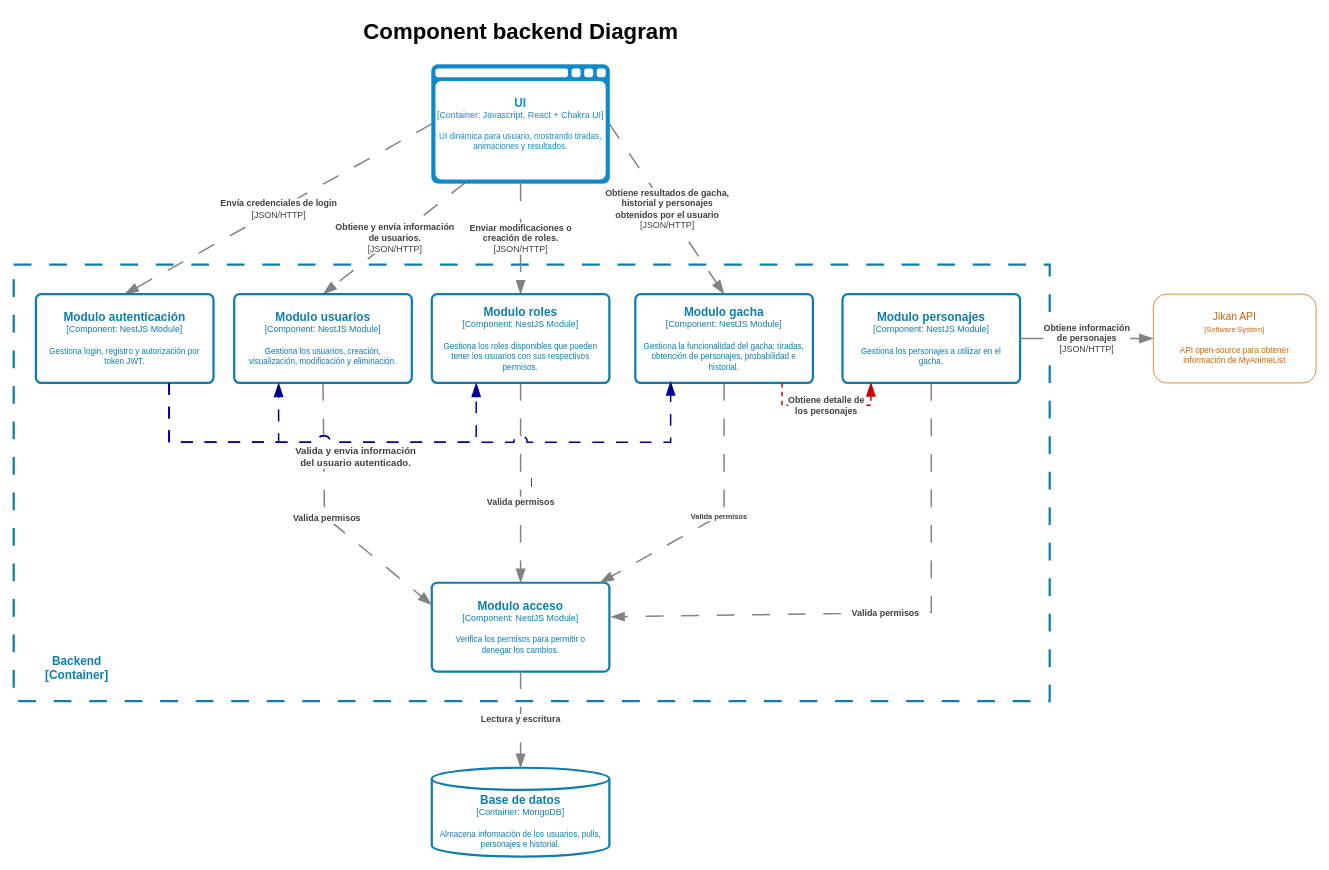
nicolasnna/gacha-simulator keeps this draw.io diagram as docs/C4 Component Backend.drawio. Above is the earlier version. Source tidied: cells renumbered, new cells numbered last; positions are measured from the earlier drawing's top-left corner, leaving out a move shared by most shapes. Both pictures are drawn from the tidied source at 74%, with x=0, y=0 at pixel (13, 13).
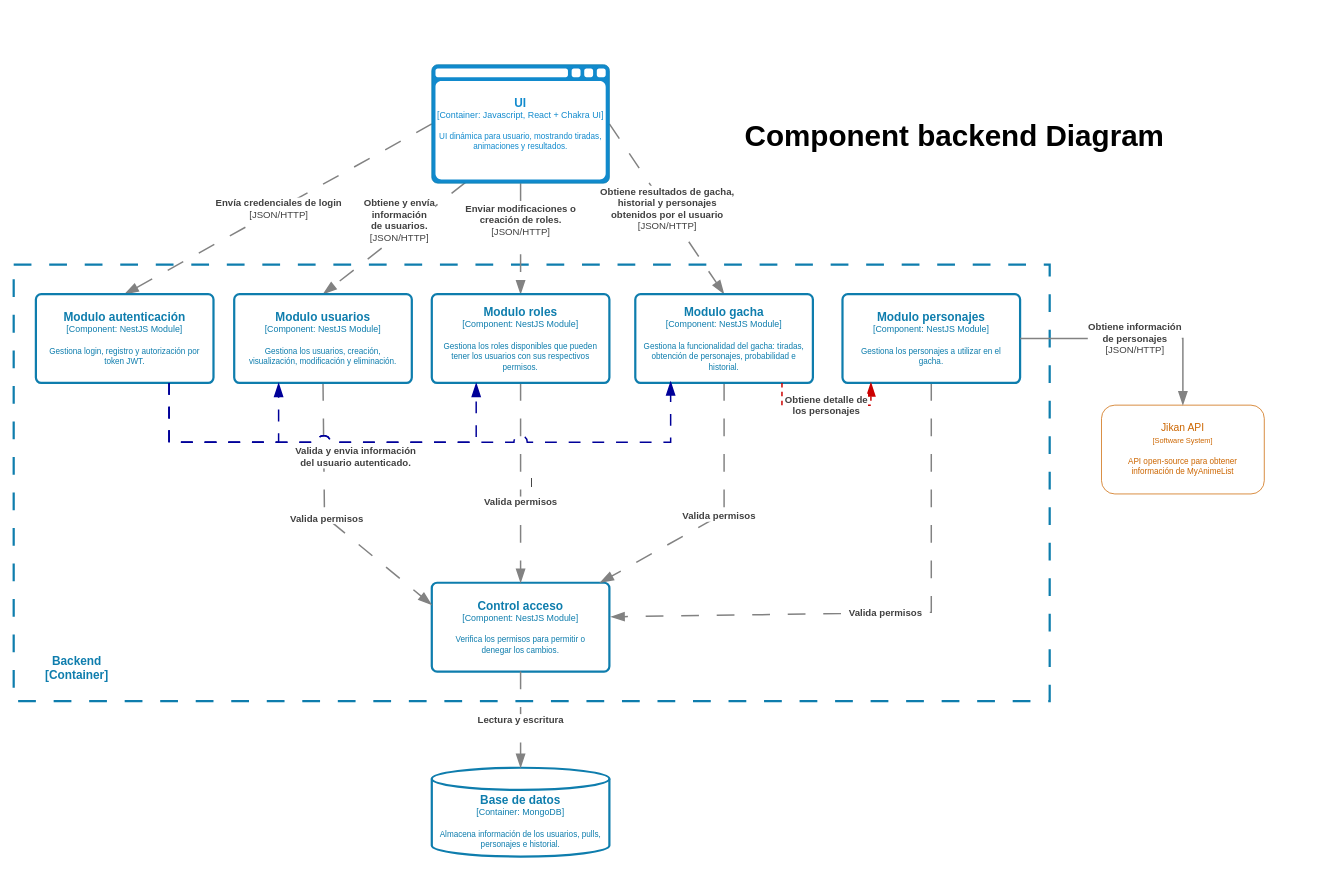
The same diagram, later.

Unchanged cells that the change refers to:
```xml
<object id="13" label="&lt;font style=&quot;font-size: 16px&quot;&gt;&lt;b&gt;%c4Name%&lt;/b&gt;&lt;/font&gt;&lt;div&gt;[%c4Type%:&amp;nbsp;%c4Technology%]&lt;/div&gt;&lt;br&gt;&lt;div&gt;&lt;font style=&quot;font-size: 11px&quot;&gt;&lt;font&gt;%c4Description%&lt;/font&gt;&lt;/font&gt;&lt;/div&gt;" c4Description="Almacena información de los usuarios, pulls, personajes e historial." c4Name="Base de datos" c4Technology="MongoDB" c4Type="Container" placeholders="1">
  <mxCell style="shape=cylinder3;size=15;whiteSpace=wrap;html=1;boundedLbl=1;rounded=0;labelBackgroundColor=none;fillColor=none;fontSize=12;fontColor=#0E7DAD;align=center;strokeColor=#0E7DAD;points=[[0.5,0,0],[1,0.25,0],[1,0.5,0],[1,0.75,0],[0.5,1,0],[0,0.75,0],[0,0.5,0],[0,0.25,0]];strokeWidth=3;" parent="1" vertex="1">
    <mxGeometry x="565" y="1020" width="240" height="120" as="geometry" />
  </mxCell>
</object>
<object id="16" label="&lt;font style=&quot;font-size: 16px&quot;&gt;&lt;b&gt;%c4Name%&lt;/b&gt;&lt;/font&gt;&lt;div&gt;[%c4Type%:&amp;nbsp;%c4Technology%]&lt;/div&gt;&lt;br&gt;&lt;div&gt;&lt;font style=&quot;font-size: 11px&quot;&gt;&lt;font&gt;%c4Description%&lt;/font&gt;&lt;/font&gt;&lt;/div&gt;" c4Description="UI dinámica para usuario, mostrando tiradas, animaciones y resultados." c4Name="UI" c4Technology="Javascript, React + Chakra UI" c4Type="Container" placeholders="1">
  <mxCell style="shape=mxgraph.c4.webBrowserContainer2;whiteSpace=wrap;html=1;boundedLbl=1;rounded=0;labelBackgroundColor=none;strokeColor=#118ACD;fillColor=none;strokeColor=#118ACD;strokeColor2=#0E7DAD;fontSize=12;fontColor=#118ACD;align=center;points=[[0.5,0,0],[1,0.25,0],[1,0.5,0],[1,0.75,0],[0.5,1,0],[0,0.75,0],[0,0.5,0],[0,0.25,0]];" parent="1" vertex="1">
    <mxGeometry x="565" y="70" width="240" height="160" as="geometry" />
  </mxCell>
</object>
<object id="17" label="&lt;font style=&quot;font-size: 16px&quot;&gt;&lt;b&gt;%c4Name%&lt;/b&gt;&lt;/font&gt;&lt;div&gt;[%c4Type%: %c4Technology%]&lt;/div&gt;&lt;br&gt;&lt;div&gt;&lt;font style=&quot;font-size: 11px&quot;&gt;%c4Description%&lt;/font&gt;&lt;/div&gt;" c4Description="Gestiona login, registro y autorización por token JWT." c4Name="Modulo autenticación" c4Technology="NestJS Module" c4Type="Component" placeholders="1">
  <mxCell style="rounded=1;whiteSpace=wrap;html=1;labelBackgroundColor=none;fillColor=none;fontColor=#0E7DAD;align=center;arcSize=6;strokeColor=#0E7DAD;points=[[0.25,0,0],[0.5,0,0],[0.75,0,0],[1,0.25,0],[1,0.5,0],[1,0.75,0],[0.75,1,0],[0.5,1,0],[0.25,1,0],[0,0.75,0],[0,0.5,0],[0,0.25,0]];strokeWidth=3;spacingLeft=10;spacingRight=10;" parent="1" vertex="1">
    <mxGeometry x="30" y="380" width="240" height="120" as="geometry" />
  </mxCell>
</object>
<object id="18" label="&lt;font style=&quot;font-size: 16px&quot;&gt;&lt;b&gt;%c4Name%&lt;/b&gt;&lt;/font&gt;&lt;div&gt;[%c4Type%: %c4Technology%]&lt;/div&gt;&lt;br&gt;&lt;div&gt;&lt;font style=&quot;font-size: 11px&quot;&gt;%c4Description%&lt;/font&gt;&lt;/div&gt;" c4Description="Gestiona los personajes a utilizar en el gacha. " c4Name="Modulo personajes" c4Technology="NestJS Module" c4Type="Component" placeholders="1">
  <mxCell style="rounded=1;whiteSpace=wrap;html=1;labelBackgroundColor=none;fillColor=none;fontColor=#0E7DAD;align=center;arcSize=6;strokeColor=#0E7DAD;points=[[0.25,0,0],[0.5,0,0],[0.75,0,0],[1,0.25,0],[1,0.5,0],[1,0.75,0],[0.75,1,0],[0.5,1,0],[0.25,1,0],[0,0.75,0],[0,0.5,0],[0,0.25,0]];strokeWidth=3;spacingLeft=10;spacingRight=10;" parent="1" vertex="1">
    <mxGeometry x="1120" y="380" width="240" height="120" as="geometry" />
  </mxCell>
</object>
<object id="19" label="&lt;font style=&quot;font-size: 16px&quot;&gt;&lt;b&gt;%c4Name%&lt;/b&gt;&lt;/font&gt;&lt;div&gt;[%c4Type%: %c4Technology%]&lt;/div&gt;&lt;br&gt;&lt;div&gt;&lt;font style=&quot;font-size: 11px&quot;&gt;%c4Description%&lt;/font&gt;&lt;/div&gt;" c4Description="Gestiona los roles disponibles que pueden tener los usuarios con sus respectivos permisos." c4Name="Modulo roles" c4Technology="NestJS Module" c4Type="Component" placeholders="1">
  <mxCell style="rounded=1;whiteSpace=wrap;html=1;labelBackgroundColor=none;fillColor=none;fontColor=#0E7DAD;align=center;arcSize=6;strokeColor=#0E7DAD;points=[[0.25,0,0],[0.5,0,0],[0.75,0,0],[1,0.25,0],[1,0.5,0],[1,0.75,0],[0.75,1,0],[0.5,1,0],[0.25,1,0],[0,0.75,0],[0,0.5,0],[0,0.25,0]];strokeWidth=3;spacingLeft=10;spacingRight=10;" parent="1" vertex="1">
    <mxGeometry x="565" y="380" width="240" height="120" as="geometry" />
  </mxCell>
</object>
<object id="20" label="&lt;font style=&quot;font-size: 16px&quot;&gt;&lt;b&gt;%c4Name%&lt;/b&gt;&lt;/font&gt;&lt;div&gt;[%c4Type%: %c4Technology%]&lt;/div&gt;&lt;br&gt;&lt;div&gt;&lt;font style=&quot;font-size: 11px&quot;&gt;%c4Description%&lt;/font&gt;&lt;/div&gt;" c4Description="Gestiona la funcionalidad del gacha: tiradas, obtención de personajes, probabilidad e historial." c4Name="Modulo gacha" c4Technology="NestJS Module" c4Type="Component" placeholders="1">
  <mxCell style="rounded=1;whiteSpace=wrap;html=1;labelBackgroundColor=none;fillColor=none;fontColor=#0E7DAD;align=center;arcSize=6;strokeColor=#0E7DAD;points=[[0.25,0,0],[0.5,0,0],[0.75,0,0],[1,0.25,0],[1,0.5,0],[1,0.75,0],[0.75,1,0],[0.5,1,0],[0.25,1,0],[0,0.75,0],[0,0.5,0],[0,0.25,0]];strokeWidth=3;spacingLeft=10;spacingRight=10;" parent="1" vertex="1">
    <mxGeometry x="840" y="380" width="240" height="120" as="geometry" />
  </mxCell>
</object>
<object id="21" label="&lt;font style=&quot;font-size: 16px&quot;&gt;&lt;b&gt;%c4Name%&lt;/b&gt;&lt;/font&gt;&lt;div&gt;[%c4Type%: %c4Technology%]&lt;/div&gt;&lt;br&gt;&lt;div&gt;&lt;font style=&quot;font-size: 11px&quot;&gt;%c4Description%&lt;/font&gt;&lt;/div&gt;" c4Description="Gestiona los usuarios, creación, visualización, modificación y eliminación." c4Name="Modulo usuarios" c4Technology="NestJS Module" c4Type="Component" placeholders="1">
  <mxCell style="rounded=1;whiteSpace=wrap;html=1;labelBackgroundColor=none;fillColor=none;fontColor=#0E7DAD;align=center;arcSize=6;strokeColor=#0E7DAD;points=[[0.25,0,0],[0.5,0,0],[0.75,0,0],[1,0.25,0],[1,0.5,0],[1,0.75,0],[0.75,1,0],[0.5,1,0],[0.25,1,0],[0,0.75,0],[0,0.5,0],[0,0.25,0]];strokeWidth=3;spacingLeft=10;spacingRight=10;" parent="1" vertex="1">
    <mxGeometry x="298" y="380" width="240" height="120" as="geometry" />
  </mxCell>
</object>
```

The edit, as a diff of the source:
```diff
@@
-    <mxCell id="3" value="Component backend Diagram" style="text;html=1;align=center;verticalAlign=middle;strokeColor=none;fillColor=none;fontSize=30;fontStyle=1;" parent="1" vertex="1">
-      <mxGeometry x="475" width="420" height="50" as="geometry" />
+    <mxCell id="3" value="Component backend Diagram" style="text;html=1;align=center;verticalAlign=middle;strokeColor=none;fillColor=none;fontSize=40;fontStyle=1;" parent="1" vertex="1">
+      <mxGeometry x="996" y="135" width="550" height="60" as="geometry" />
     </mxCell>
     <object id="4" label="&lt;div style=&quot;text-align: left&quot;&gt;&lt;div style=&quot;text-align: center&quot;&gt;&lt;b&gt;%c4Description%&lt;/b&gt;&lt;/div&gt;&lt;div style=&quot;text-align: center&quot;&gt;[%c4Technology%]&lt;/div&gt;&lt;/div&gt;" c4Description="Envía credenciales de login" c4Technology="JSON/HTTP" placeholders="1">
-      <mxCell style="endArrow=blockThin;html=1;fontSize=12;fontColor=#404040;strokeWidth=2;endFill=1;strokeColor=#828282;elbow=vertical;endSize=14;startSize=14;jumpStyle=arc;jumpSize=16;rounded=0;exitX=0;exitY=0.5;exitDx=0;exitDy=0;exitPerimeter=0;entryX=0.5;entryY=0;entryDx=0;entryDy=0;entryPerimeter=0;dashed=1;dashPattern=12 12;" parent="1" edge="1" source="16" target="17">
+      <mxCell style="endArrow=blockThin;html=1;fontSize=13;fontColor=#404040;strokeWidth=2;endFill=1;strokeColor=#828282;elbow=vertical;endSize=14;startSize=14;jumpStyle=arc;jumpSize=16;rounded=0;exitX=0;exitY=0.5;exitDx=0;exitDy=0;exitPerimeter=0;entryX=0.5;entryY=0;entryDx=0;entryDy=0;entryPerimeter=0;dashed=1;dashPattern=12 12;" parent="1" edge="1" source="16" target="17">
         <mxGeometry relative="1" as="geometry" />
       </mxCell>
     </object>
-    <object id="5" label="&lt;div style=&quot;text-align: left&quot;&gt;&lt;div style=&quot;text-align: center&quot;&gt;&lt;b&gt;%c4Description%&lt;/b&gt;&lt;/div&gt;&lt;div style=&quot;text-align: center&quot;&gt;[%c4Technology%]&lt;/div&gt;&lt;/div&gt;" c4Description="Obtiene y envía información &#10;de usuarios." c4Technology="JSON/HTTP" placeholders="1">
-      <mxCell style="endArrow=blockThin;html=1;fontSize=12;fontColor=#404040;strokeWidth=2;endFill=1;strokeColor=#828282;elbow=vertical;endSize=14;startSize=14;jumpStyle=arc;jumpSize=16;rounded=0;exitX=0.19;exitY=0.994;exitDx=0;exitDy=0;exitPerimeter=0;entryX=0.5;entryY=0;entryDx=0;entryDy=0;entryPerimeter=0;dashed=1;dashPattern=12 12;" parent="1" edge="1" source="16" target="21">
-        <mxGeometry relative="1" as="geometry" />
+    <object id="5" label="&lt;div style=&quot;text-align: left&quot;&gt;&lt;div style=&quot;text-align: center&quot;&gt;&lt;b&gt;%c4Description%&lt;/b&gt;&lt;/div&gt;&lt;div style=&quot;text-align: center&quot;&gt;[%c4Technology%]&lt;/div&gt;&lt;/div&gt;" c4Description="Obtiene y envía &#10;información &#10;de usuarios." c4Technology="JSON/HTTP" placeholders="1">
+      <mxCell style="endArrow=blockThin;html=1;fontSize=13;fontColor=#404040;strokeWidth=2;endFill=1;strokeColor=#828282;elbow=vertical;endSize=14;startSize=14;jumpStyle=arc;jumpSize=16;rounded=0;exitX=0.19;exitY=0.994;exitDx=0;exitDy=0;exitPerimeter=0;entryX=0.5;entryY=0;entryDx=0;entryDy=0;entryPerimeter=0;dashed=1;dashPattern=12 12;" parent="1" edge="1" source="16" target="21">
+        <mxGeometry x="-0.16" y="-16" relative="1" as="geometry">
+          <mxPoint x="1" as="offset" />
+        </mxGeometry>
       </mxCell>
     </object>
     <object id="6" label="&lt;div style=&quot;text-align: left&quot;&gt;&lt;div style=&quot;text-align: center&quot;&gt;&lt;b&gt;%c4Description%&lt;/b&gt;&lt;/div&gt;&lt;div style=&quot;text-align: center&quot;&gt;[%c4Technology%]&lt;/div&gt;&lt;/div&gt;" c4Description="Enviar modificaciones o &#10;creación de roles." c4Technology="JSON/HTTP" placeholders="1">
-      <mxCell style="endArrow=blockThin;html=1;fontSize=12;fontColor=#404040;strokeWidth=2;endFill=1;strokeColor=#828282;elbow=vertical;endSize=14;startSize=14;jumpStyle=arc;jumpSize=16;rounded=0;exitX=0.5;exitY=1;exitDx=0;exitDy=0;exitPerimeter=0;entryX=0.5;entryY=0;entryDx=0;entryDy=0;entryPerimeter=0;dashed=1;dashPattern=12 12;" parent="1" edge="1" source="16" target="19">
-        <mxGeometry relative="1" as="geometry" />
+      <mxCell style="endArrow=blockThin;html=1;fontSize=13;fontColor=#404040;strokeWidth=2;endFill=1;strokeColor=#828282;elbow=vertical;endSize=14;startSize=14;jumpStyle=arc;jumpSize=16;rounded=0;exitX=0.5;exitY=1;exitDx=0;exitDy=0;exitPerimeter=0;entryX=0.5;entryY=0;entryDx=0;entryDy=0;entryPerimeter=0;dashed=1;dashPattern=12 12;" parent="1" edge="1" source="16" target="19">
+        <mxGeometry x="-0.33" relative="1" as="geometry" />
       </mxCell>
     </object>
     <object id="7" label="&lt;div style=&quot;text-align: left&quot;&gt;&lt;div style=&quot;text-align: center&quot;&gt;&lt;b&gt;%c4Description%&lt;/b&gt;&lt;/div&gt;&lt;div style=&quot;text-align: center&quot;&gt;[%c4Technology%]&lt;/div&gt;&lt;/div&gt;" c4Description="Obtiene resultados de gacha, &#10;historial y personajes &#10;obtenidos por el usuario" c4Technology="JSON/HTTP" placeholders="1">
-      <mxCell style="endArrow=blockThin;html=1;fontSize=12;fontColor=#404040;strokeWidth=2;endFill=1;strokeColor=#828282;elbow=vertical;endSize=14;startSize=14;jumpStyle=arc;jumpSize=16;rounded=0;exitX=1;exitY=0.5;exitDx=0;exitDy=0;exitPerimeter=0;entryX=0.5;entryY=0;entryDx=0;entryDy=0;entryPerimeter=0;dashed=1;dashPattern=12 12;" parent="1" edge="1" source="16" target="20">
+      <mxCell style="endArrow=blockThin;html=1;fontSize=13;fontColor=#404040;strokeWidth=2;endFill=1;strokeColor=#828282;elbow=vertical;endSize=14;startSize=14;jumpStyle=arc;jumpSize=16;rounded=0;exitX=1;exitY=0.5;exitDx=0;exitDy=0;exitPerimeter=0;entryX=0.5;entryY=0;entryDx=0;entryDy=0;entryPerimeter=0;dashed=1;dashPattern=12 12;" parent="1" edge="1" source="16" target="20">
         <mxGeometry relative="1" as="geometry" />
       </mxCell>
     </object>
-    <object id="8" label="&lt;font style=&quot;font-size: 16px&quot;&gt;&lt;b&gt;%c4Name%&lt;/b&gt;&lt;/font&gt;&lt;div&gt;[%c4Type%: %c4Technology%]&lt;/div&gt;&lt;br&gt;&lt;div&gt;&lt;font style=&quot;font-size: 11px&quot;&gt;%c4Description%&lt;/font&gt;&lt;/div&gt;" c4Description="Verifica los permisos para permitir o denegar los cambios." c4Name="Modulo acceso" c4Technology="NestJS Module" c4Type="Component" placeholders="1">
+    <object id="8" label="&lt;font style=&quot;font-size: 16px&quot;&gt;&lt;b&gt;%c4Name%&lt;/b&gt;&lt;/font&gt;&lt;div&gt;[%c4Type%: %c4Technology%]&lt;/div&gt;&lt;br&gt;&lt;div&gt;&lt;font style=&quot;font-size: 11px&quot;&gt;%c4Description%&lt;/font&gt;&lt;/div&gt;" c4Description="Verifica los permisos para permitir o denegar los cambios." c4Name="Control acceso" c4Technology="NestJS Module" c4Type="Component" placeholders="1">
       <mxCell style="rounded=1;whiteSpace=wrap;html=1;labelBackgroundColor=none;fillColor=none;fontColor=#0E7DAD;align=center;arcSize=6;strokeColor=#0E7DAD;points=[[0.25,0,0],[0.5,0,0],[0.75,0,0],[1,0.25,0],[1,0.5,0],[1,0.75,0],[0.75,1,0],[0.5,1,0],[0.25,1,0],[0,0.75,0],[0,0.5,0],[0,0.25,0]];strokeWidth=3;spacingLeft=10;spacingRight=10;" parent="1" vertex="1">
         <mxGeometry x="565" y="770" width="240" height="120" as="geometry" />
       </mxCell>
     </object>
     <object id="9" label="&lt;div style=&quot;text-align: left&quot;&gt;&lt;div style=&quot;text-align: center&quot;&gt;&lt;b&gt;%c4Description%&lt;/b&gt;&lt;/div&gt;&lt;/div&gt;" c4Description="Valida permisos" placeholders="1">
-      <mxCell style="endArrow=blockThin;html=1;fontSize=12;fontColor=#404040;strokeWidth=2;endFill=1;strokeColor=#828282;elbow=vertical;endSize=14;startSize=14;jumpStyle=arc;jumpSize=16;rounded=0;entryX=0;entryY=0.25;entryDx=0;entryDy=0;entryPerimeter=0;exitX=0.5;exitY=1;exitDx=0;exitDy=0;exitPerimeter=0;dashed=1;dashPattern=12 12;" parent="1" edge="1" source="21" target="8">
+      <mxCell style="endArrow=blockThin;html=1;fontSize=13;fontColor=#404040;strokeWidth=2;endFill=1;strokeColor=#828282;elbow=vertical;endSize=14;startSize=14;jumpStyle=arc;jumpSize=16;rounded=0;entryX=0;entryY=0.25;entryDx=0;entryDy=0;entryPerimeter=0;exitX=0.5;exitY=1;exitDx=0;exitDy=0;exitPerimeter=0;dashed=1;dashPattern=12 12;" parent="1" edge="1" source="21" target="8">
         <mxGeometry relative="1" as="geometry">
           <Array as="points">
             <mxPoint x="420" y="680" />
           </Array>
         </mxGeometry>
       </mxCell>
     </object>
     <object id="10" label="&lt;div style=&quot;text-align: left&quot;&gt;&lt;div style=&quot;text-align: center&quot;&gt;&lt;b&gt;%c4Description%&lt;/b&gt;&lt;/div&gt;&lt;/div&gt;" c4Description="Valida permisos" placeholders="1">
-      <mxCell style="endArrow=blockThin;html=1;fontSize=12;fontColor=#404040;strokeWidth=2;endFill=1;strokeColor=#828282;elbow=vertical;endSize=14;startSize=14;jumpStyle=arc;jumpSize=16;rounded=0;edgeStyle=orthogonalEdgeStyle;entryX=0.5;entryY=0;entryDx=0;entryDy=0;entryPerimeter=0;exitX=0.5;exitY=1;exitDx=0;exitDy=0;exitPerimeter=0;dashed=1;dashPattern=12 12;" parent="1" edge="1" source="19" target="8">
+      <mxCell style="endArrow=blockThin;html=1;fontSize=13;fontColor=#404040;strokeWidth=2;endFill=1;strokeColor=#828282;elbow=vertical;endSize=14;startSize=14;jumpStyle=arc;jumpSize=16;rounded=0;edgeStyle=orthogonalEdgeStyle;entryX=0.5;entryY=0;entryDx=0;entryDy=0;entryPerimeter=0;exitX=0.5;exitY=1;exitDx=0;exitDy=0;exitPerimeter=0;dashed=1;dashPattern=12 12;" parent="1" edge="1" source="19" target="8">
         <mxGeometry x="0.19" relative="1" as="geometry" />
       </mxCell>
     </object>
     <object id="11" label="&lt;div style=&quot;text-align: left&quot;&gt;&lt;div style=&quot;text-align: center&quot;&gt;&lt;b&gt;%c4Description%&lt;/b&gt;&lt;/div&gt;&lt;/div&gt;" c4Description="Valida permisos" placeholders="1">
-      <mxCell style="endArrow=blockThin;html=1;fontSize=12;fontColor=#404040;strokeWidth=2;endFill=1;strokeColor=#828282;elbow=vertical;endSize=14;startSize=14;jumpStyle=arc;jumpSize=16;rounded=0;exitX=0.5;exitY=1;exitDx=0;exitDy=0;exitPerimeter=0;dashed=1;dashPattern=12 12;entryX=1.007;entryY=0.384;entryDx=0;entryDy=0;entryPerimeter=0;" parent="1" edge="1" source="18" target="8">
+      <mxCell style="endArrow=blockThin;html=1;fontSize=13;fontColor=#404040;strokeWidth=2;endFill=1;strokeColor=#828282;elbow=vertical;endSize=14;startSize=14;jumpStyle=arc;jumpSize=16;rounded=0;exitX=0.5;exitY=1;exitDx=0;exitDy=0;exitPerimeter=0;dashed=1;dashPattern=12 12;entryX=1.007;entryY=0.384;entryDx=0;entryDy=0;entryPerimeter=0;" parent="1" edge="1" source="18" target="8">
         <mxGeometry relative="1" as="geometry">
           <Array as="points">
             <mxPoint x="1240" y="810" />
           </Array>
         </mxGeometry>
       </mxCell>
     </object>
-    <object id="12" label="&lt;div style=&quot;text-align: left&quot;&gt;&lt;div style=&quot;text-align: center&quot;&gt;&lt;b&gt;%c4Description%&lt;/b&gt;&lt;/div&gt;" c4Description="Valida permisos" placeholders="1">
-      <mxCell style="endArrow=blockThin;html=1;fontSize=10;fontColor=#404040;strokeWidth=2;endFill=1;strokeColor=#828282;elbow=vertical;endSize=14;startSize=14;jumpStyle=arc;jumpSize=16;rounded=0;exitX=0.5;exitY=1;exitDx=0;exitDy=0;exitPerimeter=0;dashed=1;dashPattern=12 12;" parent="1" edge="1" source="20" target="8">
+    <object id="12" label="&lt;div style=&quot;text-align: left&quot;&gt;&lt;div style=&quot;text-align: center&quot;&gt;&lt;b&gt;%c4Description%&lt;/b&gt;&lt;/div&gt;&lt;/div&gt;" c4Description="Valida permisos" placeholders="1">
+      <mxCell style="endArrow=blockThin;html=1;fontSize=13;fontColor=#404040;strokeWidth=2;endFill=1;strokeColor=#828282;elbow=vertical;endSize=14;startSize=14;jumpStyle=arc;jumpSize=16;rounded=0;exitX=0.5;exitY=1;exitDx=0;exitDy=0;exitPerimeter=0;dashed=1;dashPattern=12 12;" parent="1" edge="1" source="20" target="8">
         <mxGeometry relative="1" as="geometry">
           <Array as="points">
             <mxPoint x="960" y="676" />
           </Array>
         </mxGeometry>
       </mxCell>
     </object>
@@
     <object id="14" label="&lt;div style=&quot;text-align: left&quot;&gt;&lt;div style=&quot;text-align: center&quot;&gt;&lt;b&gt;%c4Description%&lt;/b&gt;&lt;/div&gt;&lt;/div&gt;" c4Description="Lectura y escritura" placeholders="1">
-      <mxCell style="endArrow=blockThin;html=1;fontSize=12;fontColor=#404040;strokeWidth=2;endFill=1;strokeColor=#828282;elbow=vertical;endSize=14;startSize=14;jumpStyle=arc;jumpSize=16;rounded=0;edgeStyle=orthogonalEdgeStyle;exitX=0.5;exitY=1;exitDx=0;exitDy=0;exitPerimeter=0;entryX=0.5;entryY=0;entryDx=0;entryDy=0;entryPerimeter=0;dashed=1;dashPattern=12 12;" parent="1" edge="1" source="8" target="13">
+      <mxCell style="endArrow=blockThin;html=1;fontSize=13;fontColor=#404040;strokeWidth=2;endFill=1;strokeColor=#828282;elbow=vertical;endSize=14;startSize=14;jumpStyle=arc;jumpSize=16;rounded=0;edgeStyle=orthogonalEdgeStyle;exitX=0.5;exitY=1;exitDx=0;exitDy=0;exitPerimeter=0;entryX=0.5;entryY=0;entryDx=0;entryDy=0;entryPerimeter=0;dashed=1;dashPattern=12 12;" parent="1" edge="1" source="8" target="13">
         <mxGeometry relative="1" as="geometry" />
       </mxCell>
     </object>
@@
     <object id="22" label="&lt;div style=&quot;text-align: left&quot;&gt;&lt;div style=&quot;text-align: center&quot;&gt;&lt;b&gt;%c4Description%&lt;/b&gt;&lt;/div&gt;&lt;/div&gt;" c4Description="Obtiene detalle de &#10;los personajes" placeholders="1">
-      <mxCell style="endArrow=blockThin;html=1;fontSize=12;fontColor=#404040;strokeWidth=2;endFill=1;strokeColor=#CC0000;elbow=vertical;endSize=14;startSize=14;jumpStyle=arc;jumpSize=16;rounded=0;edgeStyle=orthogonalEdgeStyle;exitX=0.826;exitY=1;exitDx=0;exitDy=0;exitPerimeter=0;entryX=0.16;entryY=0.994;entryDx=0;entryDy=0;entryPerimeter=0;dashed=1;" parent="1" edge="1" source="20" target="18">
+      <mxCell style="endArrow=blockThin;html=1;fontSize=13;fontColor=#404040;strokeWidth=2;endFill=1;strokeColor=#CC0000;elbow=vertical;endSize=14;startSize=14;jumpStyle=arc;jumpSize=16;rounded=0;edgeStyle=orthogonalEdgeStyle;exitX=0.826;exitY=1;exitDx=0;exitDy=0;exitPerimeter=0;entryX=0.16;entryY=0.994;entryDx=0;entryDy=0;entryPerimeter=0;dashed=1;" parent="1" edge="1" source="20" target="18">
         <mxGeometry relative="1" as="geometry">
           <Array as="points">
             <mxPoint x="1038" y="530" />
             <mxPoint x="1158" y="530" />
           </Array>
         </mxGeometry>
       </mxCell>
     </object>
@@
     <mxCell id="26" value="&lt;div&gt;&lt;font style=&quot;font-size: 14px;&quot;&gt;Jikan API&lt;/font&gt;&lt;/div&gt;&lt;div&gt;&lt;font style=&quot;font-size: 10px;&quot;&gt;[Software System]&lt;/font&gt;&lt;/div&gt;&lt;div&gt;&lt;font style=&quot;font-size: 10px;&quot;&gt;&lt;br&gt;&lt;/font&gt;&lt;/div&gt;&lt;div&gt;&lt;font style=&quot;font-size: 11px;&quot;&gt;API open-source para obtener información de MyAnimeList&lt;/font&gt;&lt;/div&gt;" style="rounded=1;whiteSpace=wrap;html=1;strokeColor=#CC6600;fontColor=#CC6600;fontSize=12;spacingLeft=10;spacingRight=10;" parent="1" vertex="1">
-      <mxGeometry x="1540" y="380" width="220" height="120" as="geometry" />
+      <mxGeometry x="1470" y="530" width="220" height="120" as="geometry" />
     </mxCell>
     <object id="27" label="&lt;div style=&quot;text-align: left&quot;&gt;&lt;div style=&quot;text-align: center&quot;&gt;&lt;b&gt;%c4Description%&lt;/b&gt;&lt;/div&gt;&lt;div style=&quot;text-align: center&quot;&gt;[%c4Technology%]&lt;/div&gt;&lt;/div&gt;" c4Description="Obtiene información &#10;de personajes" c4Technology="JSON/HTTP" placeholders="1">
-      <mxCell style="endArrow=blockThin;html=1;fontSize=12;fontColor=#404040;strokeWidth=2;endFill=1;strokeColor=#828282;elbow=vertical;endSize=14;startSize=14;jumpStyle=arc;jumpSize=16;rounded=0;edgeStyle=orthogonalEdgeStyle;exitX=1;exitY=0.5;exitDx=0;exitDy=0;entryX=0;entryY=0.5;entryDx=0;entryDy=0;exitPerimeter=0;" parent="1" edge="1" source="18" target="26">
+      <mxCell style="endArrow=blockThin;html=1;fontSize=13;fontColor=#404040;strokeWidth=2;endFill=1;strokeColor=#828282;elbow=vertical;endSize=14;startSize=14;jumpStyle=arc;jumpSize=16;rounded=0;edgeStyle=orthogonalEdgeStyle;exitX=1;exitY=0.5;exitDx=0;exitDy=0;entryX=0.5;entryY=0;entryDx=0;entryDy=0;exitPerimeter=0;" parent="1" edge="1" source="18" target="26">
         <mxGeometry relative="1" as="geometry" />
       </mxCell>
     </object>
```
